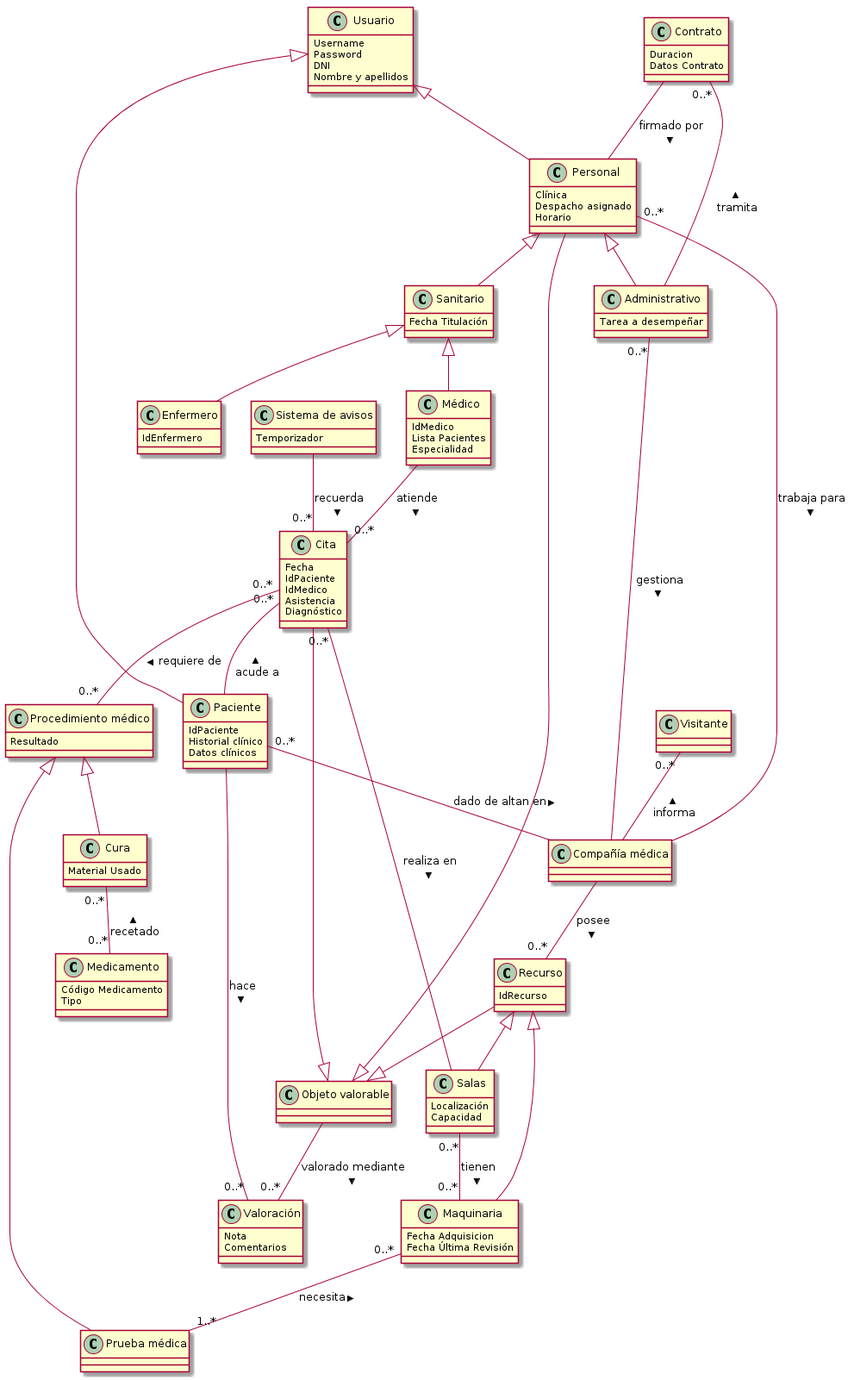
Above: p3/diagramas/diagramaClases.png in jmml97/fis-practicas (PlantUML), before the change.
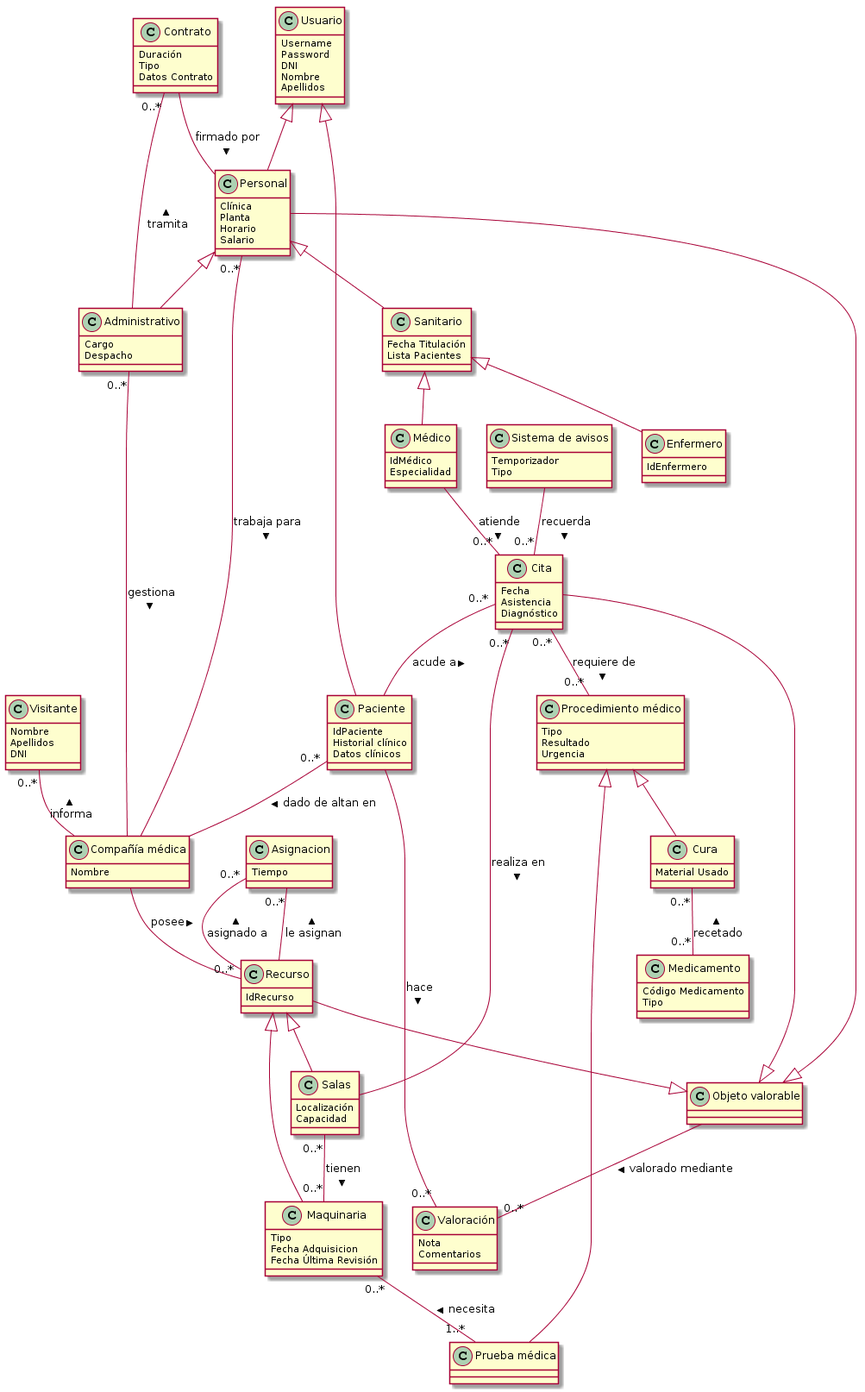
The same diagram one commit later.

Diff of the diagram source:
```diff
@@ -1,7 +1,7 @@
 @startuml
-
 class Contrato{
-  Duracion
+  Duración
+  Tipo
   Datos Contrato
 }
 
@@ -9,7 +9,8 @@
   Username
   Password
   DNI
-  Nombre y apellidos
+  Nombre
+  Apellidos
 }
 
 class Paciente {
@@ -20,78 +21,94 @@
 
 class Personal {
   Clínica
-  Despacho asignado
+  Planta
   Horario
+  Salario
 }
 
-class Administrativo{
-  Tarea a desempeñar
+class Administrativo {
+  Cargo
+  Despacho
 }
 
-class Sanitario{
+class Sanitario {
   Fecha Titulación
+  Lista Pacientes
 }
 
-class Enfermero{
+class Enfermero {
   IdEnfermero
 }
 
 class Médico {
-  IdMedico
-  Lista Pacientes
+  IdMédico
   Especialidad
 }
 
 class Cita {
   Fecha
-  IdPaciente
-  IdMedico
   Asistencia
   Diagnóstico
 }
 
-class "Sistema de avisos" as SA{
+class "Sistema de avisos" as SA {
   Temporizador
+  Tipo
 }
 
 class "Objeto valorable" as OV
 
-class Valoración{
+class Valoración {
   Nota
   Comentarios
 }
 
-class Visitante
+class Visitante {
+  Nombre
+  Apellidos
+  DNI
+}
 
-class "Compañía médica" as CM
+class "Compañía médica" as CM {
+  Nombre
+}
 
 class Recurso {
   IdRecurso
 }
 
-class Salas{
+class Salas {
   Localización
   Capacidad
 }
 
-class Maquinaria{
+class Maquinaria {
+  Tipo
   Fecha Adquisicion
   Fecha Última Revisión
 }
 
 class "Procedimiento médico" as Proc {
+  Tipo
   Resultado
+  Urgencia
 }
 
-class "Prueba médica" as Prue
+class "Prueba médica" as Prue {
 
-class Cura{
+}
+
+class Cura {
   Material Usado
 }
 
-class Medicamento{
+class Medicamento {
   Código Medicamento
   Tipo
+}
+
+class Asignacion {
+  Tiempo
 }
 
 Contrato -- Personal : firmado por >
@@ -139,4 +156,6 @@
 
 Cura "0..*" -- "0..*" Medicamento : recetado <
 
+Asignacion "0..*" -- Recurso : asignado a <
+Asignacion "0..*" -- Recurso: le asignan <
 @enduml
```
